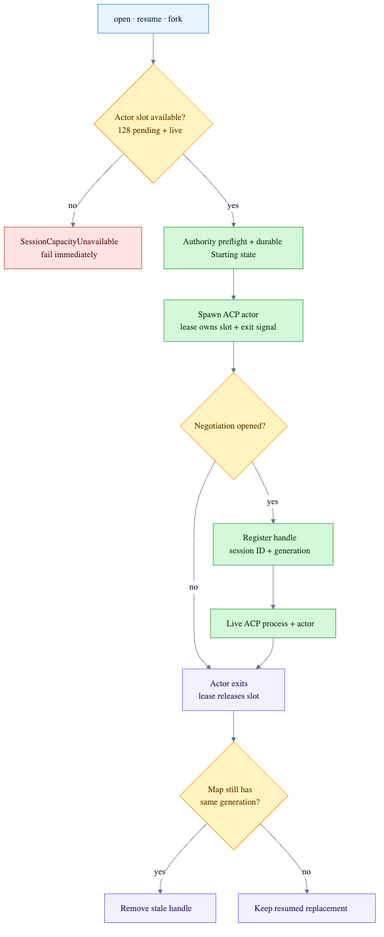
fontanierh/crab keeps this Mermaid diagram as v2/docs/agent-session-admission.png. Above is the earlier version. Its source is kept beside it as v2/docs/agent-session-admission.mmd.
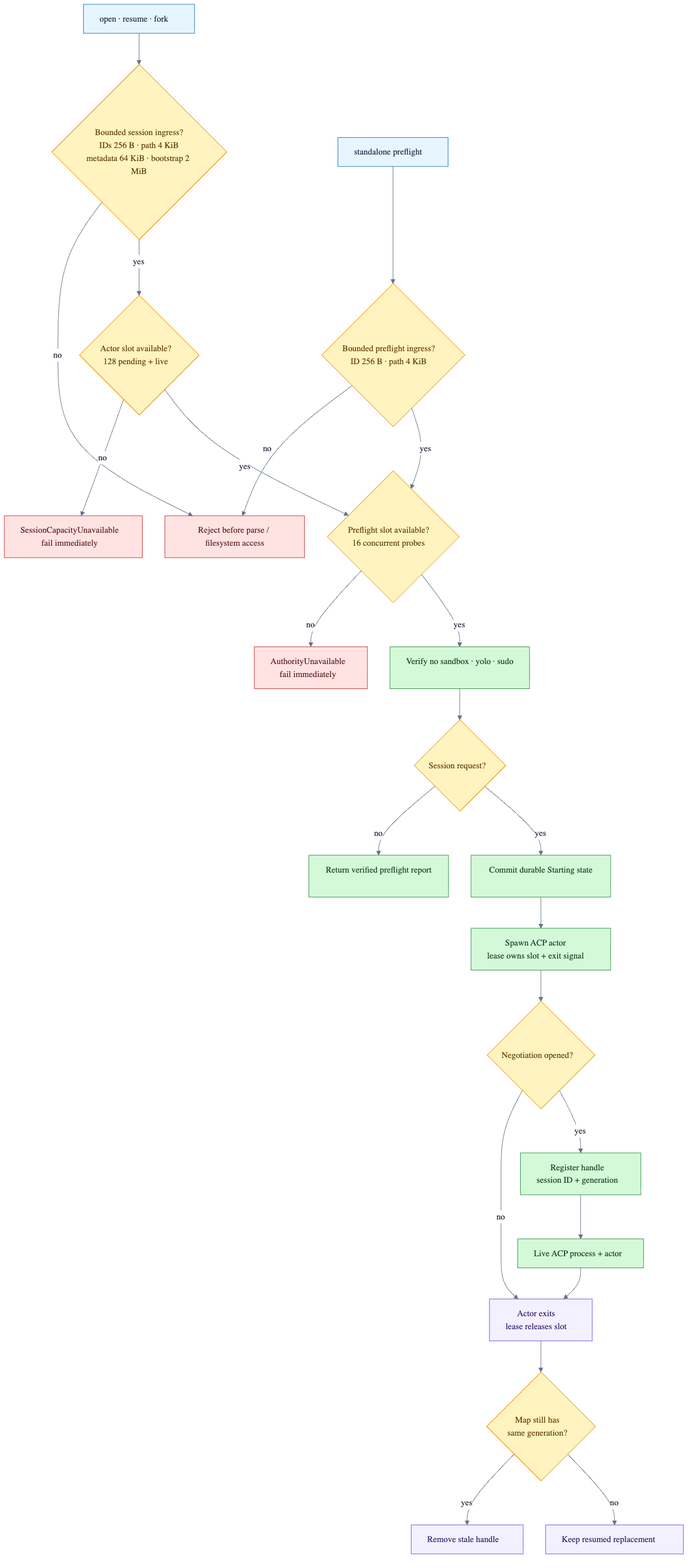
After the commit.

Commit message:
fix(v2): bound agent startup ingress (#338)

Change to the diagram source:
```diff
@@ -1,9 +1,19 @@
 %%{init: {"theme": "base", "themeVariables": {"fontFamily": "ui-sans-serif, system-ui, sans-serif", "primaryTextColor": "#172033", "lineColor": "#64748b", "edgeLabelBackground": "#ffffff"}, "flowchart": {"curve": "basis", "nodeSpacing": 42, "rankSpacing": 58}}}%%
 flowchart TB
-    REQUEST["open · resume · fork"] --> ADMIT{"Actor slot available?<br/>128 pending + live"}
+    REQUEST["open · resume · fork"] --> VALIDATE{"Bounded session ingress?<br/>IDs 256 B · path 4 KiB<br/>metadata 64 KiB · bootstrap 2 MiB"}
+    DIRECT["standalone preflight"] --> PREFLIGHT_INPUT{"Bounded preflight ingress?<br/>ID 256 B · path 4 KiB"}
+    VALIDATE -->|"no"| INVALID["Reject before parse / filesystem access"]
+    PREFLIGHT_INPUT -->|"no"| INVALID
+    VALIDATE -->|"yes"| ADMIT{"Actor slot available?<br/>128 pending + live"}
     ADMIT -->|"no"| FULL["SessionCapacityUnavailable<br/>fail immediately"]
-    ADMIT -->|"yes"| PREFLIGHT["Authority preflight + durable Starting state"]
-    PREFLIGHT --> SPAWN["Spawn ACP actor<br/>lease owns slot + exit signal"]
+    ADMIT -->|"yes"| PROBE{"Preflight slot available?<br/>16 concurrent probes"}
+    PREFLIGHT_INPUT -->|"yes"| PROBE
+    PROBE -->|"no"| BUSY["AuthorityUnavailable<br/>fail immediately"]
+    PROBE -->|"yes"| PREFLIGHT["Verify no sandbox · yolo · sudo"]
+    PREFLIGHT --> SESSION{"Session request?"}
+    SESSION -->|"no"| REPORT["Return verified preflight report"]
+    SESSION -->|"yes"| START["Commit durable Starting state"]
+    START --> SPAWN["Spawn ACP actor<br/>lease owns slot + exit signal"]
     SPAWN --> OPENED{"Negotiation opened?"}
     OPENED -->|"no"| EXIT["Actor exits<br/>lease releases slot"]
     OPENED -->|"yes"| REGISTER["Register handle<br/>session ID + generation"]
@@ -19,8 +29,8 @@
     classDef reject fill:#ffe3e3,stroke:#c92a2a,color:#5c1b1b
     classDef cleanup fill:#f3f0ff,stroke:#7048e8,color:#2f1b69
 
-    class REQUEST request
-    class ADMIT,OPENED,REAP decision
-    class PREFLIGHT,SPAWN,REGISTER,LIVE runtime
-    class FULL reject
+    class REQUEST,DIRECT request
+    class VALIDATE,PREFLIGHT_INPUT,ADMIT,PROBE,SESSION,OPENED,REAP decision
+    class PREFLIGHT,REPORT,START,SPAWN,REGISTER,LIVE runtime
+    class INVALID,FULL,BUSY reject
     class EXIT,REMOVE,KEEP cleanup
```
